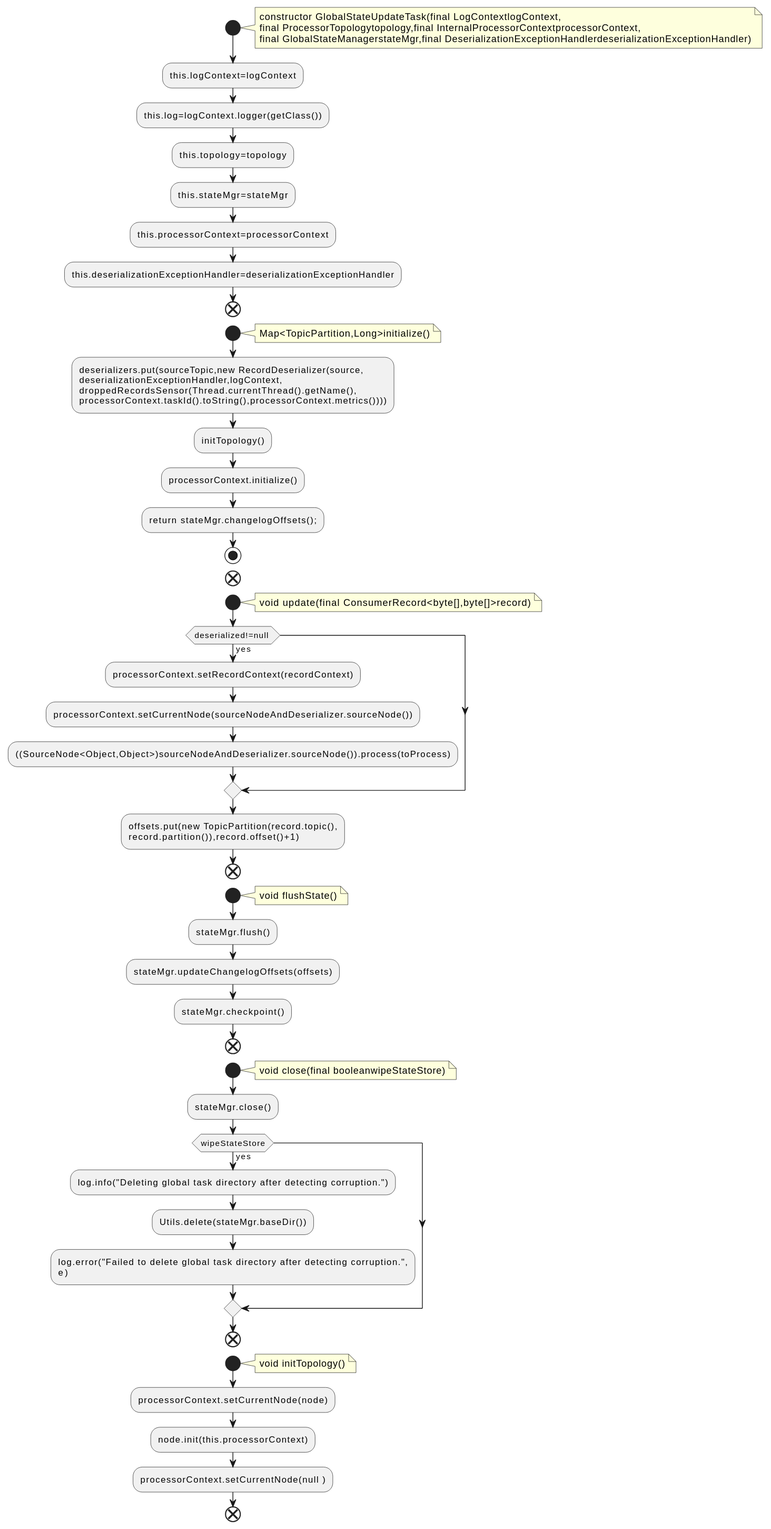
Before: docs/qc/streams/src/main/java/org/apache/kafka/streams/processor/internals/GlobalStateUpdateTask.java.fct.svg, a diagram exported from PlantUML (qualitesys/kafka).
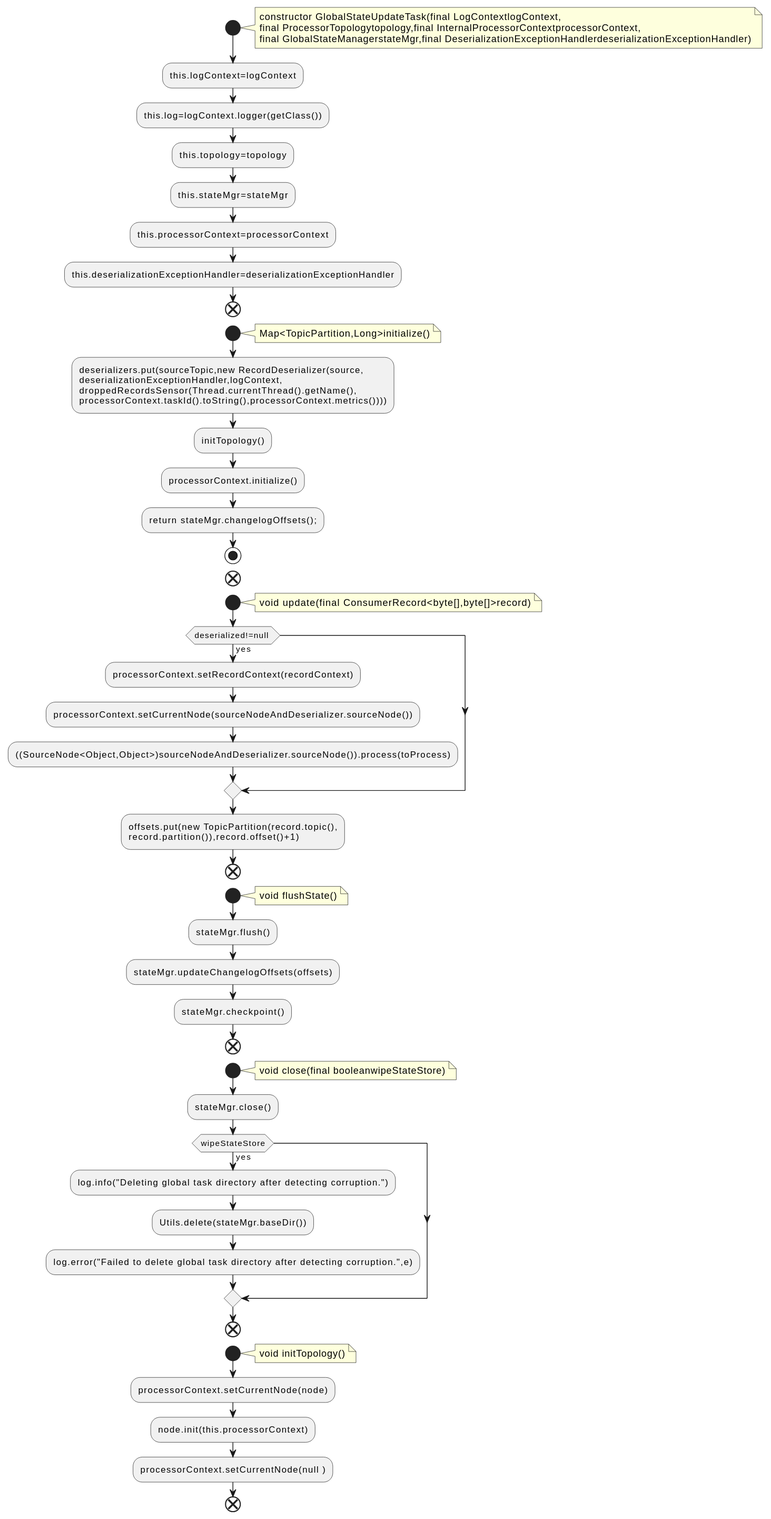
The same file after the commit.

The edit, as a diff of the source:
```diff
@@ -54,8 +54,7 @@
 if (wipeStateStore) then (yes)
 :log.info("Deleting global task directory after detecting corruption.");
 :Utils.delete(stateMgr.baseDir());
-:log.error("Failed to delete global task directory after detecting corruption.",
-e);
+:log.error("Failed to delete global task directory after detecting corruption.",e);
 endif
 end
 start
```
